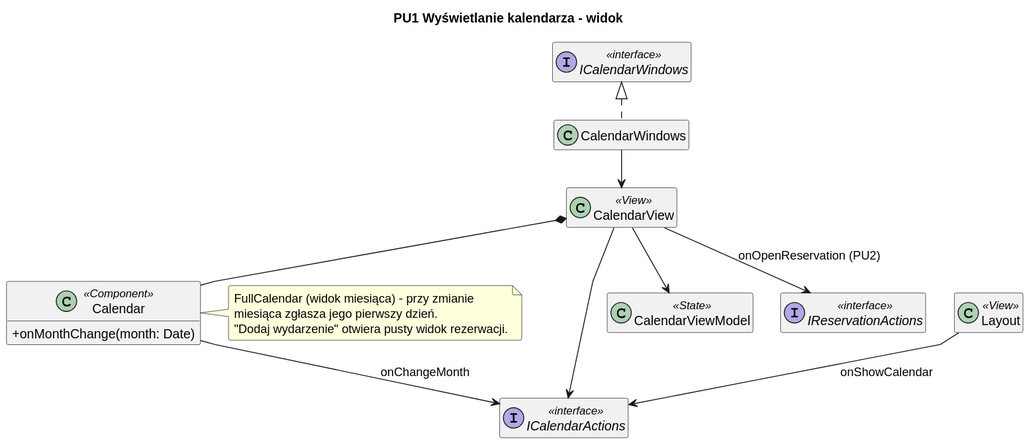
Above: diagrams/frontend/rendered/calendar-view.svg in Igor-Ochocki/POP-2026Z (PlantUML), before the change.
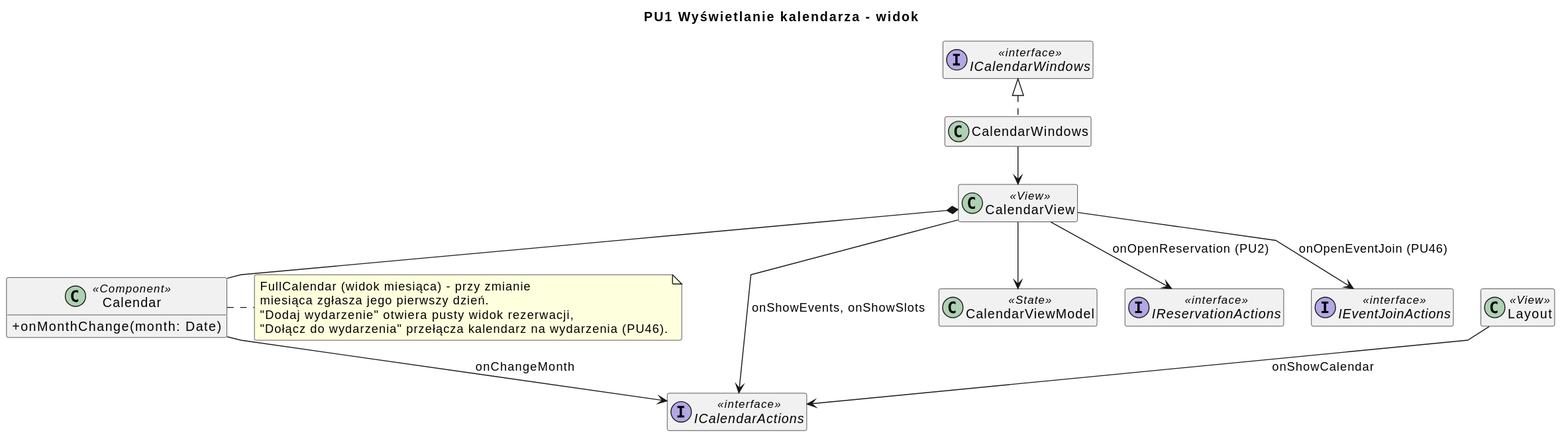
After the commit.

Diff of the diagram source:
```diff
@@ -14,6 +14,7 @@
 
 class CalendarView <<View>>
 
+
 class Calendar <<Component>> {
     + onMonthChange(month: Date)
 }
@@ -28,16 +29,19 @@
 
 Layout --> ICalendarActions : onShowCalendar
 CalendarView *-- Calendar
-CalendarView --> ICalendarActions
+CalendarView --> ICalendarActions : onShowEvents, onShowSlots
 CalendarView --> CalendarViewModel
 Calendar --> ICalendarActions : onChangeMonth
 
 interface IReservationActions <<interface>>
 CalendarView --> IReservationActions : onOpenReservation (PU2)
+interface IEventJoinActions <<interface>>
+CalendarView --> IEventJoinActions : onOpenEventJoin (PU46)
 
 note right of Calendar
     FullCalendar (widok miesiąca) - przy zmianie
     miesiąca zgłasza jego pierwszy dzień.
-    "Dodaj wydarzenie" otwiera pusty widok rezerwacji.
+    "Dodaj wydarzenie" otwiera pusty widok rezerwacji,
+    "Dołącz do wydarzenia" przełącza kalendarz na wydarzenia (PU46).
 end note
 @enduml
```
